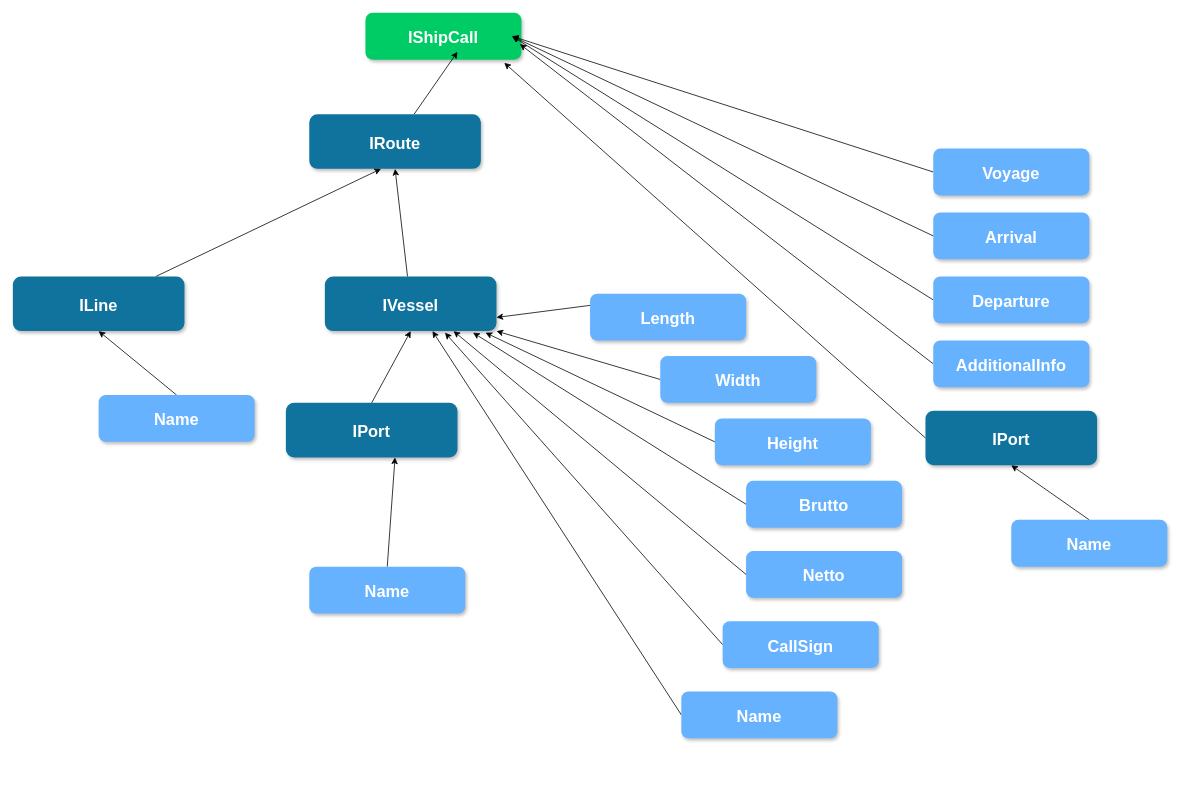
Above: htdocs/interface_tree.drawio in Leksiqq/DtoKit (draw.io), before the change. Source tidied: cells renumbered, new cells numbered last; positions are measured from the earlier drawing's top-left corner, leaving out a move shared by most shapes. Both pictures are drawn from the tidied source at 78%, with x=0, y=0 at pixel (12, 12).
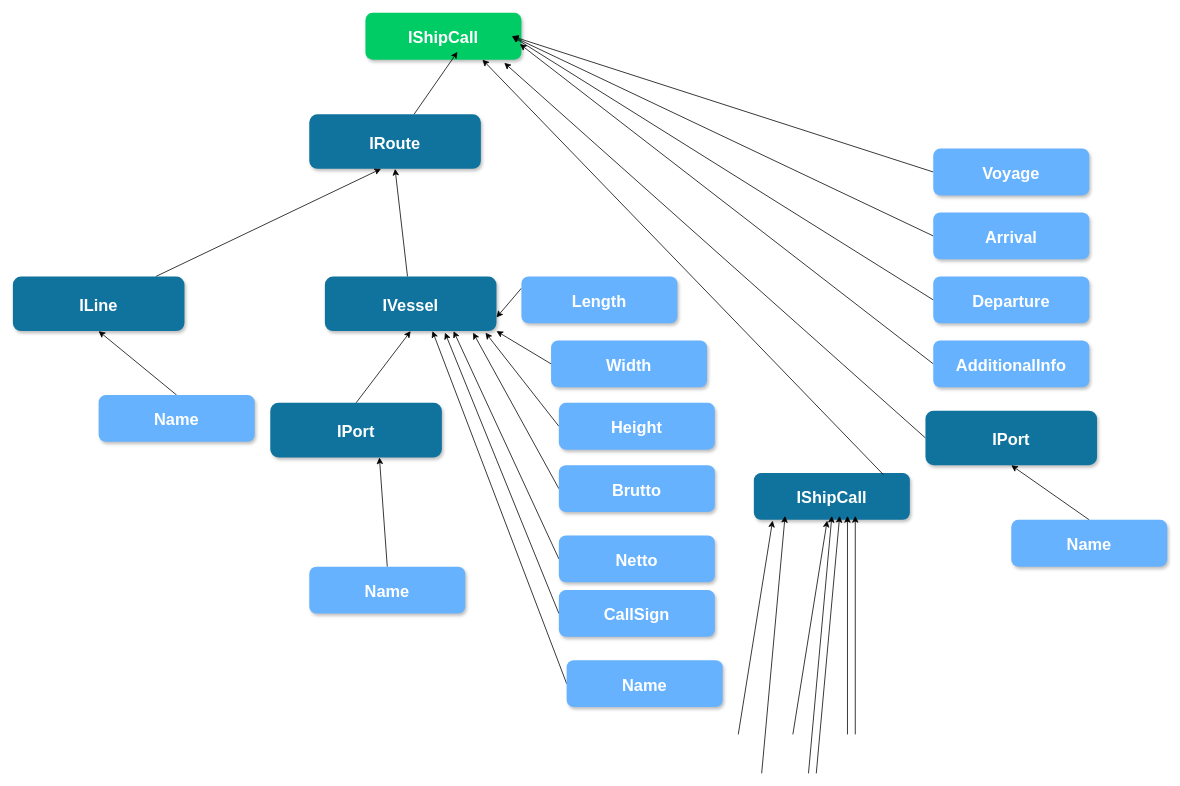
The same page after the edit.

The change refers to these unchanged cells:
```xml
<mxCell id="2" value="IShipCall" style="rounded=1;fillColor=#00CC66;strokeColor=none;shadow=1;gradientColor=none;fontStyle=1;fontColor=#FFFFFF;fontSize=21&#10;;" parent="1" vertex="1">
  <mxGeometry x="452" width="200" height="60" as="geometry" />
</mxCell>
```

The edit, as a diff of the source:
```diff
@@
     <mxCell id="25" value="IPort" style="rounded=1;fillColor=#10739E;strokeColor=none;shadow=1;gradientColor=none;fontStyle=1;fontColor=#FFFFFF;fontSize=21&#10;;" parent="1" vertex="1">
-      <mxGeometry x="350" y="500" width="220" height="70" as="geometry" />
+      <mxGeometry x="330" y="500" width="220" height="70" as="geometry" />
     </mxCell>
@@
     <mxCell id="29" value="Length" style="rounded=1;fillColor=#66B2FF;strokeColor=none;shadow=1;gradientColor=none;fontStyle=1;fontColor=#FFFFFF;fontSize=21&#10;;" parent="1" vertex="1">
-      <mxGeometry x="740" y="360" width="200" height="60" as="geometry" />
+      <mxGeometry x="652" y="338" width="200" height="60" as="geometry" />
     </mxCell>
@@
     <mxCell id="31" value="Width" style="rounded=1;fillColor=#66B2FF;strokeColor=none;shadow=1;gradientColor=none;fontStyle=1;fontColor=#FFFFFF;fontSize=21&#10;;" parent="1" vertex="1">
-      <mxGeometry x="830" y="440" width="200" height="60" as="geometry" />
+      <mxGeometry x="690" y="420" width="200" height="60" as="geometry" />
     </mxCell>
@@
     <mxCell id="33" value="Height" style="rounded=1;fillColor=#66B2FF;strokeColor=none;shadow=1;gradientColor=none;fontStyle=1;fontColor=#FFFFFF;fontSize=21&#10;;" parent="1" vertex="1">
-      <mxGeometry x="900" y="520" width="200" height="60" as="geometry" />
+      <mxGeometry x="700" y="500" width="200" height="60" as="geometry" />
     </mxCell>
@@
     <mxCell id="35" value="Brutto" style="rounded=1;fillColor=#66B2FF;strokeColor=none;shadow=1;gradientColor=none;fontStyle=1;fontColor=#FFFFFF;fontSize=21&#10;;" parent="1" vertex="1">
-      <mxGeometry x="940" y="600" width="200" height="60" as="geometry" />
+      <mxGeometry x="700" y="580" width="200" height="60" as="geometry" />
     </mxCell>
@@
     <mxCell id="37" value="Netto" style="rounded=1;fillColor=#66B2FF;strokeColor=none;shadow=1;gradientColor=none;fontStyle=1;fontColor=#FFFFFF;fontSize=21&#10;;" parent="1" vertex="1">
-      <mxGeometry x="940" y="690" width="200" height="60" as="geometry" />
+      <mxGeometry x="700" y="670" width="200" height="60" as="geometry" />
     </mxCell>
@@
     <mxCell id="39" value="CallSign" style="rounded=1;fillColor=#66B2FF;strokeColor=none;shadow=1;gradientColor=none;fontStyle=1;fontColor=#FFFFFF;fontSize=21&#10;;" parent="1" vertex="1">
-      <mxGeometry x="910" y="780" width="200" height="60" as="geometry" />
+      <mxGeometry x="700" y="740" width="200" height="60" as="geometry" />
     </mxCell>
@@
     <mxCell id="41" value="Name" style="rounded=1;fillColor=#66B2FF;strokeColor=none;shadow=1;gradientColor=none;fontStyle=1;fontColor=#FFFFFF;fontSize=21&#10;;" parent="1" vertex="1">
-      <mxGeometry x="857" y="870" width="200" height="60" as="geometry" />
+      <mxGeometry x="710" y="830" width="200" height="60" as="geometry" />
     </mxCell>
+    <mxCell id="42" value="IShipCall" style="rounded=1;fillColor=#10739E;strokeColor=none;shadow=1;gradientColor=none;fontStyle=1;fontColor=#FFFFFF;fontSize=21&#10;;" parent="1" vertex="1">
+      <mxGeometry x="950" y="590" width="200" height="60" as="geometry" />
+    </mxCell>
+    <mxCell id="43" style="endArrow=classic;html=1;rounded=0;" parent="1" edge="1">
+      <mxGeometry relative="1" as="geometry">
+        <mxPoint x="960" y="975" as="sourcePoint" />
+        <mxPoint x="990" y="645" as="targetPoint" />
+      </mxGeometry>
+    </mxCell>
+    <mxCell id="44" style="endArrow=classic;html=1;rounded=0;entryX=0.12;entryY=1.017;entryDx=0;entryDy=0;entryPerimeter=0;" parent="1" edge="1" target="42">
+      <mxGeometry relative="1" as="geometry">
+        <mxPoint x="930" y="925" as="sourcePoint" />
+      </mxGeometry>
+    </mxCell>
+    <mxCell id="45" style="endArrow=classic;html=1;rounded=0;" parent="1" edge="1">
+      <mxGeometry relative="1" as="geometry">
+        <mxPoint x="1020" y="975" as="sourcePoint" />
+        <mxPoint x="1050" y="645" as="targetPoint" />
+      </mxGeometry>
+    </mxCell>
+    <mxCell id="46" style="endArrow=classic;html=1;rounded=0;" parent="1" edge="1">
+      <mxGeometry relative="1" as="geometry">
+        <mxPoint x="1070" y="925" as="sourcePoint" />
+        <mxPoint x="1070" y="645" as="targetPoint" />
+      </mxGeometry>
+    </mxCell>
+    <mxCell id="47" style="endArrow=classic;html=1;rounded=0;entryX=0.12;entryY=1.017;entryDx=0;entryDy=0;entryPerimeter=0;" parent="1" edge="1">
+      <mxGeometry relative="1" as="geometry">
+        <mxPoint x="1000" y="925" as="sourcePoint" />
+        <mxPoint x="1044" y="651" as="targetPoint" />
+      </mxGeometry>
+    </mxCell>
+    <mxCell id="48" style="endArrow=classic;html=1;rounded=0;" parent="1" edge="1">
+      <mxGeometry relative="1" as="geometry">
+        <mxPoint x="1030" y="975" as="sourcePoint" />
+        <mxPoint x="1060" y="645" as="targetPoint" />
+      </mxGeometry>
+    </mxCell>
+    <mxCell id="49" style="endArrow=classic;html=1;rounded=0;" parent="1" edge="1">
+      <mxGeometry relative="1" as="geometry">
+        <mxPoint x="1080" y="925" as="sourcePoint" />
+        <mxPoint x="1080" y="645" as="targetPoint" />
+      </mxGeometry>
+    </mxCell>
+    <mxCell id="50" style="endArrow=classic;html=1;rounded=0;entryX=0.75;entryY=1;entryDx=0;entryDy=0;exitX=0.83;exitY=0.033;exitDx=0;exitDy=0;exitPerimeter=0;" parent="1" edge="1" source="42" target="2">
+      <mxGeometry relative="1" as="geometry" />
+    </mxCell>
```
